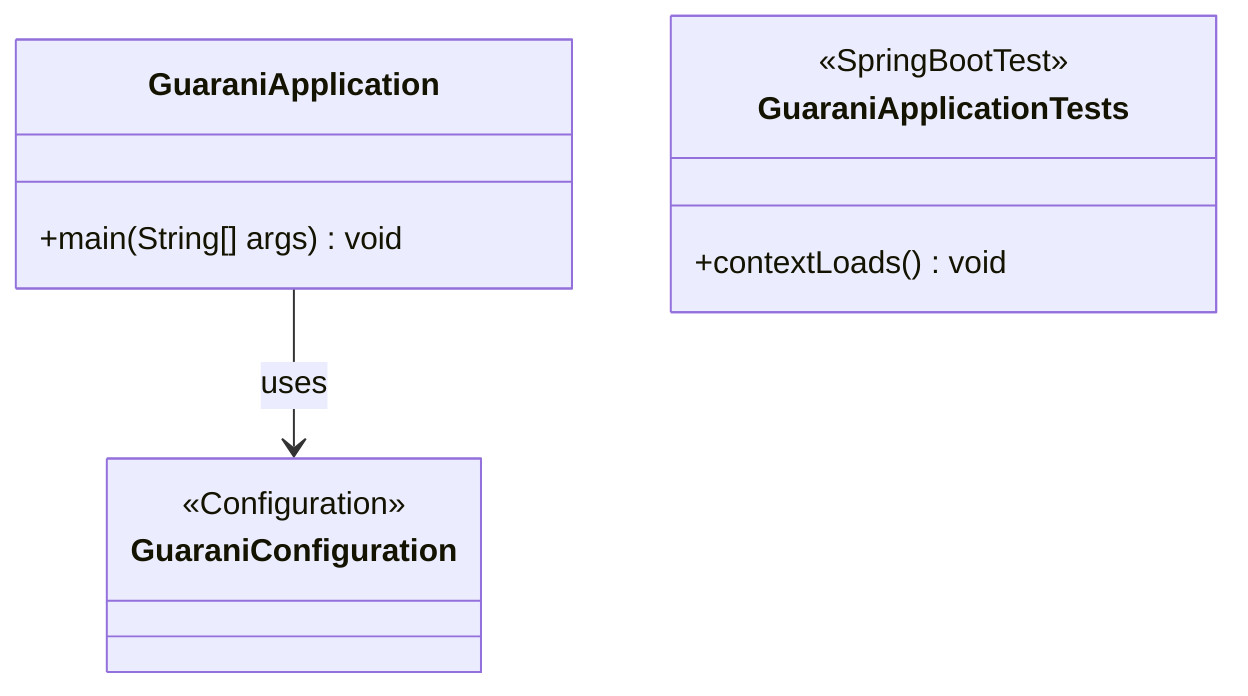
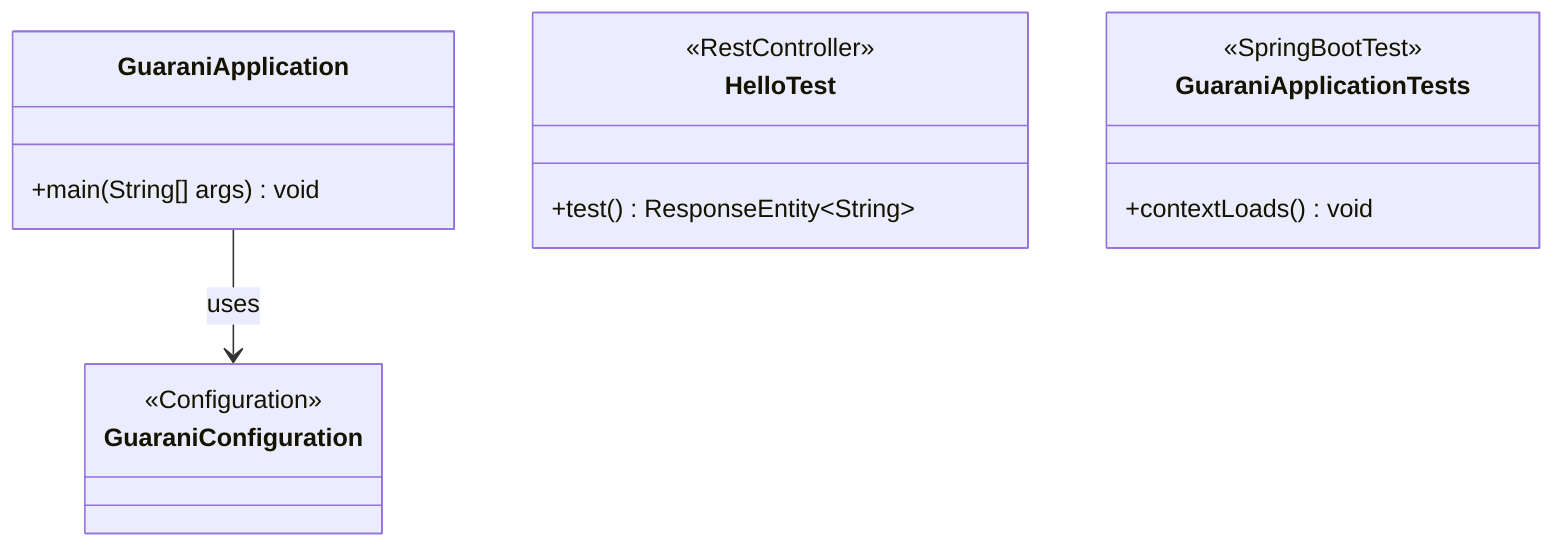
classDiagram
    class GuaraniApplication {
        +main(String[] args) void
    }

    class GuaraniConfiguration {
        <<Configuration>>
        <<EnableFeignClients>>
    }

+     class HelloTest {
+         <<RestController>>
+         +test() ResponseEntity~String~
+     }
+ 
    class GuaraniApplicationTests {
        <<SpringBootTest>>
        +contextLoads() void
    }

    GuaraniApplication --> GuaraniConfiguration : uses
